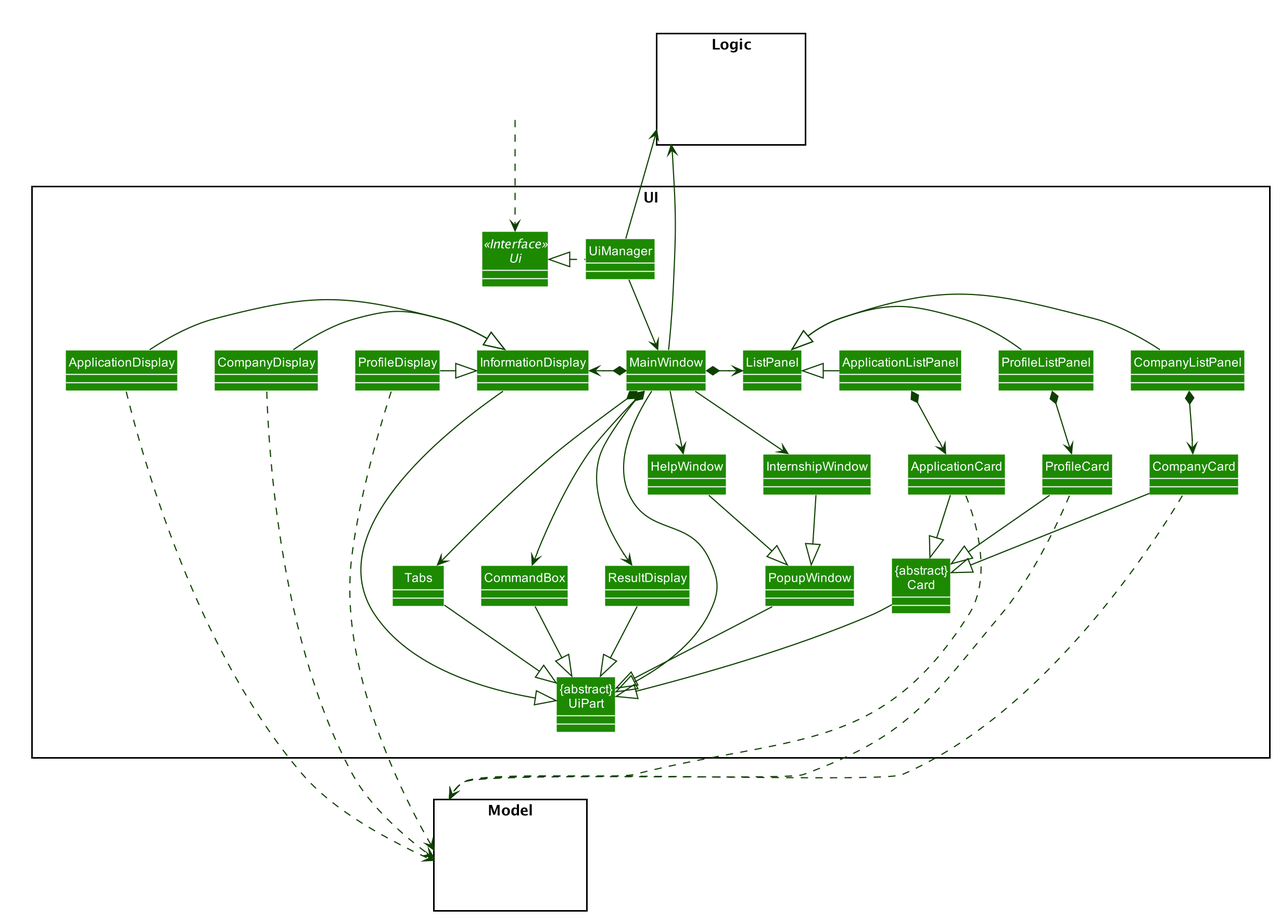
The PlantUML diagram docs/images/UiClassDiagram.png in shawn-nyk/tp, before a commit.
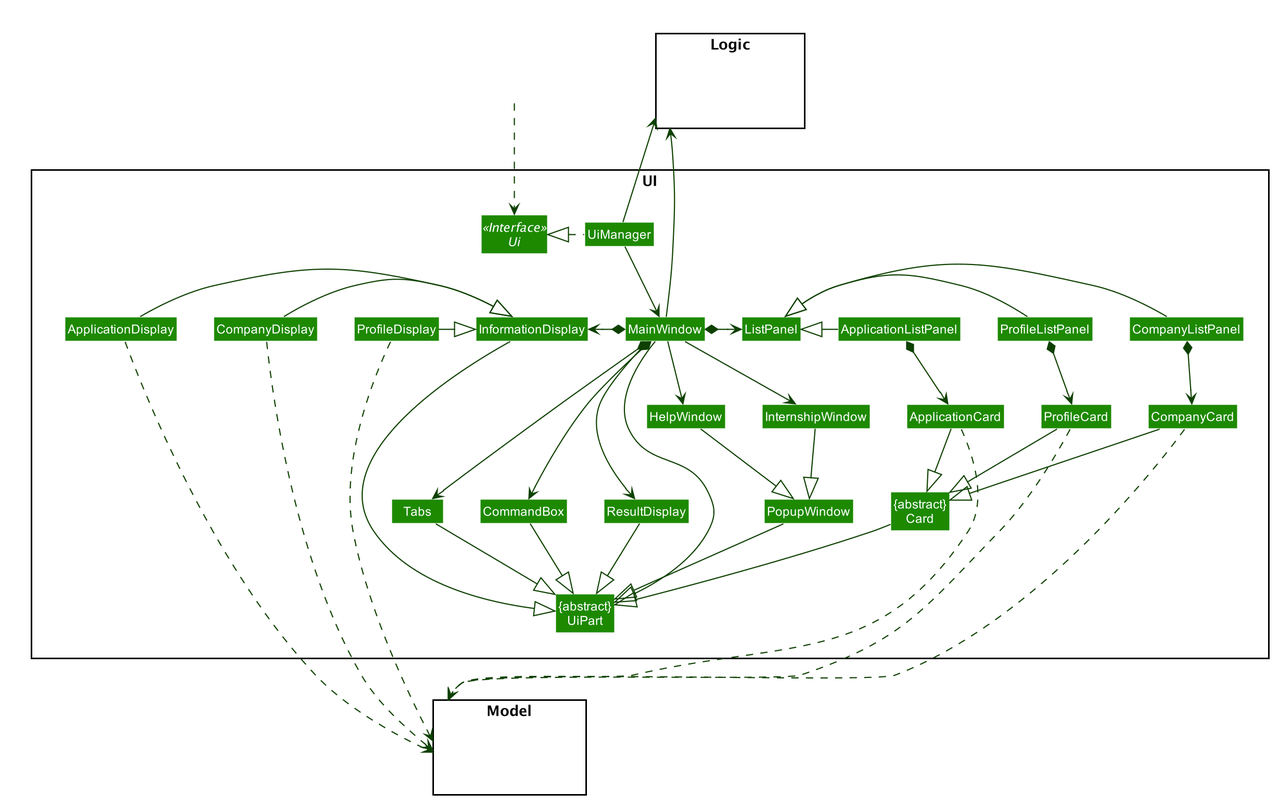
The same file after the commit.

What changed in the source:
```diff
@@ -54,44 +54,45 @@
 skinparam classBackgroundColor #1D8900
 
 package UI <<Rectangle>> {
-Interface Ui <<Interface>>
-Class "{abstract}\nUiPart" as UiPart
-Class UiManager
-Class MainWindow
-Class HelpWindow
-Class InternshipWindow
-Class PopupWindow
-Class Tabs
-Class CommandBox
-Class ResultDisplay
+interface Ui <<Interface>>
+class "{abstract}\nUiPart" as UiPart
+class UiManager
+class MainWindow
+class HelpWindow
+class InternshipWindow
+class PopupWindow
+class Tabs
+class CommandBox
+class ResultDisplay
 
-Class "{abstract}\nCard" as Card
-Class InformationDisplay
-Class ListPanel
+class "{abstract}\nCard" as Card
+class InformationDisplay
+class ListPanel
 
-Class CompanyCard
-Class ApplicationCard
-Class ProfileCard
+class CompanyCard
+class ApplicationCard
+class ProfileCard
 
-Class CompanyDisplay
-Class ApplicationDisplay
-Class ProfileDisplay
+class CompanyDisplay
+class ApplicationDisplay
+class ProfileDisplay
 
-Class ApplicationListPanel
-Class CompanyListPanel
-Class ProfileListPanel
-
+class ApplicationListPanel
+class CompanyListPanel
+class ProfileListPanel
 }
 
+hide members
+
 package Model <<Rectangle>> {
-Class HiddenModel #FFFFFF
+class HiddenModel #FFFFFF
 }
 UI -down[hidden]-> Model
 package Logic <<Rectangle>> {
-Class HiddenLogic #FFFFFF
+class HiddenLogic #FFFFFF
 }
 
-Class HiddenOutside #FFFFFF
+class HiddenOutside #FFFFFF
 HiddenOutside ..> Ui
 
 UiManager .left.|> Ui
```
